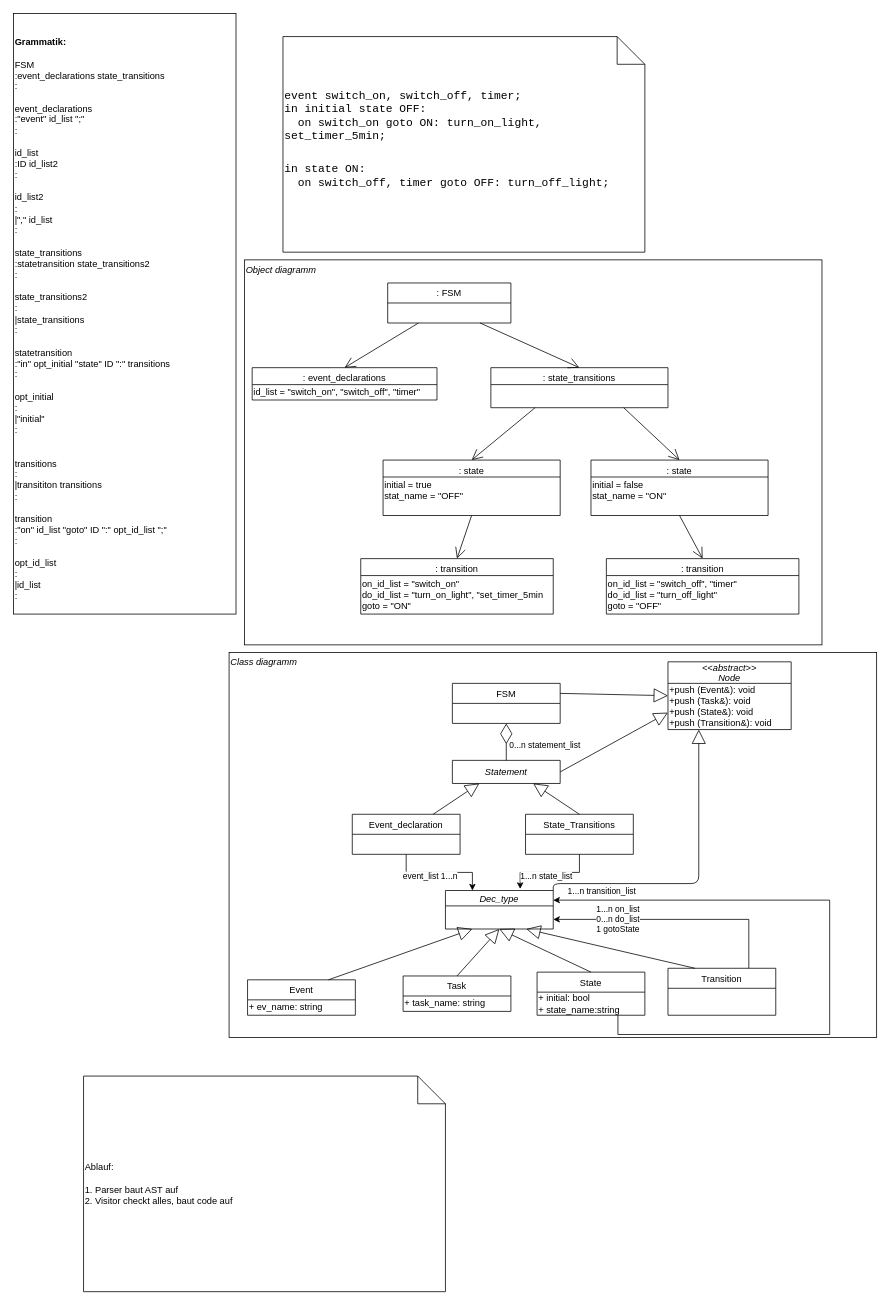
The draw.io diagram ParserAndInterpreter.drawio in LucRome/Automaten, before the edit. Source tidied: cells renumbered, new cells numbered last; positions are measured from the earlier drawing's top-left corner, leaving out a move shared by most shapes. Both pictures are drawn from the tidied source at 77%, with x=0, y=0 at pixel (13, 13).
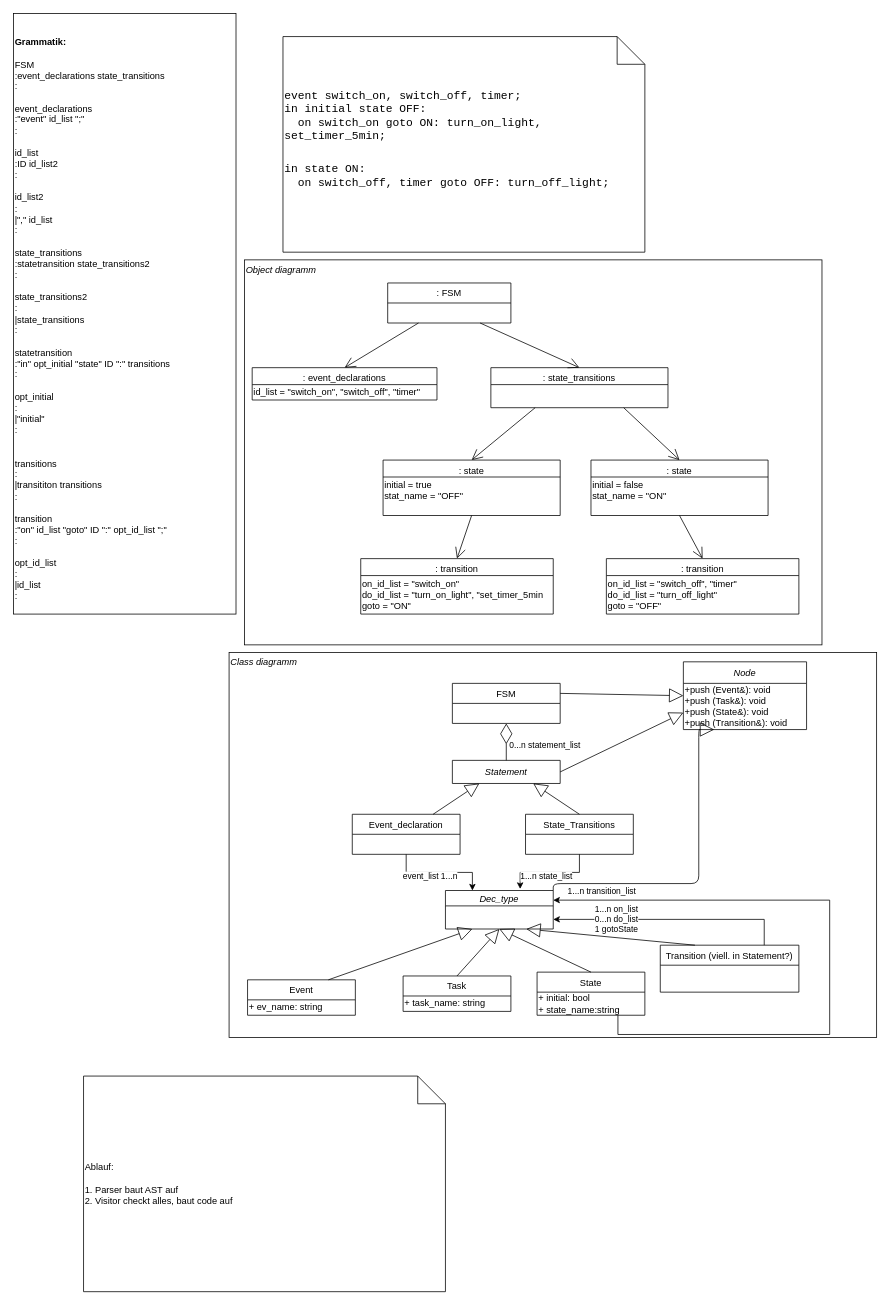
Above is the later version.

The edit, as a diff of the source:
```diff
@@
-    <mxCell id="37" value="Transition" style="swimlane;fontStyle=0;horizontal=1;startSize=26;fillColor=none;" parent="1" vertex="1">
-      <mxGeometry x="850" y="1240" width="140" height="61" as="geometry" />
+    <mxCell id="37" value="Transition (viell. in Statement?)" style="swimlane;fontStyle=0;horizontal=1;startSize=26;fillColor=none;" parent="1" vertex="1">
+      <mxGeometry x="840" y="1210" width="180" height="61" as="geometry" />
     </mxCell>
@@
-    <mxCell id="49" value="&lt;&lt;abstract&gt;&gt;&#10;Node" style="swimlane;fontStyle=2;horizontal=1;startSize=28;fillColor=none;" parent="1" vertex="1">
-      <mxGeometry x="850" y="842" width="160" height="88" as="geometry" />
+    <mxCell id="49" value="Node" style="swimlane;fontStyle=2;horizontal=1;startSize=28;fillColor=none;" parent="1" vertex="1">
+      <mxGeometry x="870" y="842" width="160" height="88" as="geometry" />
     </mxCell>
```
